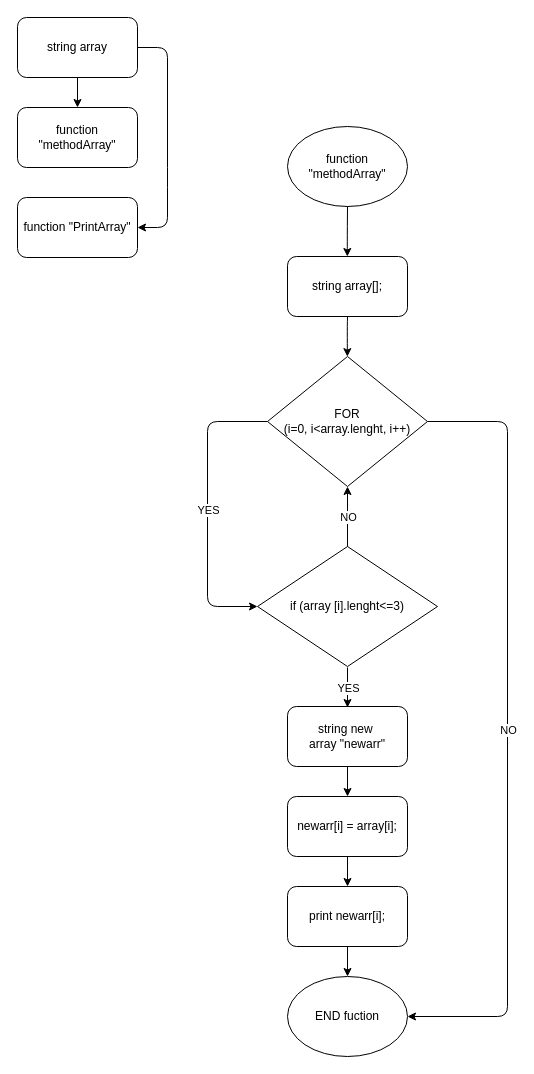
atsarovna/ControlWork keeps this draw.io diagram as blockDiagram.drawio. Above is the earlier version. Source tidied: cells renumbered, new cells numbered last; positions are measured from the earlier drawing's top-left corner, leaving out a move shared by most shapes. Both pictures are drawn from the tidied source at 100%, with x=0, y=0 at pixel (17, 17).
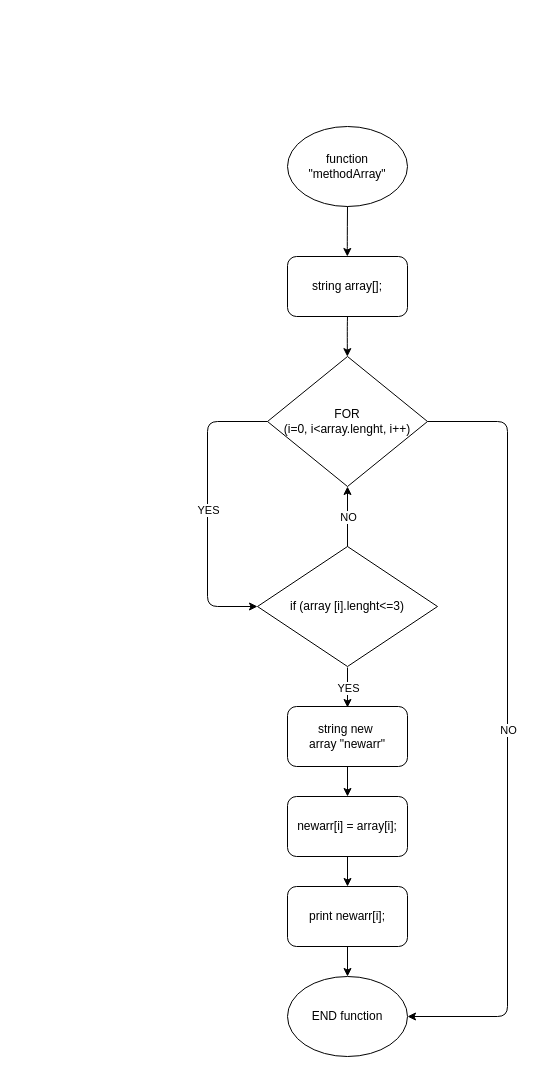
Above is the later version.

The edit, as a diff of the source:
```diff
@@
-    <mxCell id="3" value="function &quot;methodArray&quot;" style="rounded=1;whiteSpace=wrap;html=1;" parent="1" vertex="1">
-      <mxGeometry y="90" width="120" height="60" as="geometry" />
-    </mxCell>
-    <mxCell id="4" value="function &quot;PrintArray&quot;" style="rounded=1;whiteSpace=wrap;html=1;" parent="1" vertex="1">
-      <mxGeometry y="180" width="120" height="60" as="geometry" />
-    </mxCell>
-    <mxCell id="5" style="endArrow=classic;html=1;exitX=0.5;exitY=1;exitDx=0;exitDy=0;" parent="1" edge="1" target="3">
-      <mxGeometry relative="1" as="geometry">
-        <mxPoint x="60" y="60" as="sourcePoint" />
-      </mxGeometry>
-    </mxCell>
-    <mxCell id="6" style="endArrow=classic;html=1;exitX=1;exitY=0.5;exitDx=0;exitDy=0;entryX=1;entryY=0.5;entryDx=0;entryDy=0;" parent="1" edge="1" target="4">
-      <mxGeometry relative="1" as="geometry">
-        <mxPoint x="120" y="30" as="sourcePoint" />
-        <Array as="points">
-          <mxPoint x="150" y="30" />
-          <mxPoint x="150" y="160" />
-          <mxPoint x="150" y="210" />
-        </Array>
-      </mxGeometry>
-    </mxCell>
@@
-    <mxCell id="17" value="&lt;span&gt;END fuction&lt;/span&gt;" style="ellipse;whiteSpace=wrap;html=1;" parent="1" vertex="1">
+    <mxCell id="17" value="&lt;span&gt;END function&lt;/span&gt;" style="ellipse;whiteSpace=wrap;html=1;" parent="1" vertex="1">
       <mxGeometry x="270" y="959" width="120" height="80" as="geometry" />
     </mxCell>
@@
-    <mxCell id="27" value="string array" style="rounded=1;whiteSpace=wrap;html=1;" parent="1" vertex="1">
-      <mxGeometry width="120" height="60" as="geometry" />
-    </mxCell>
```
